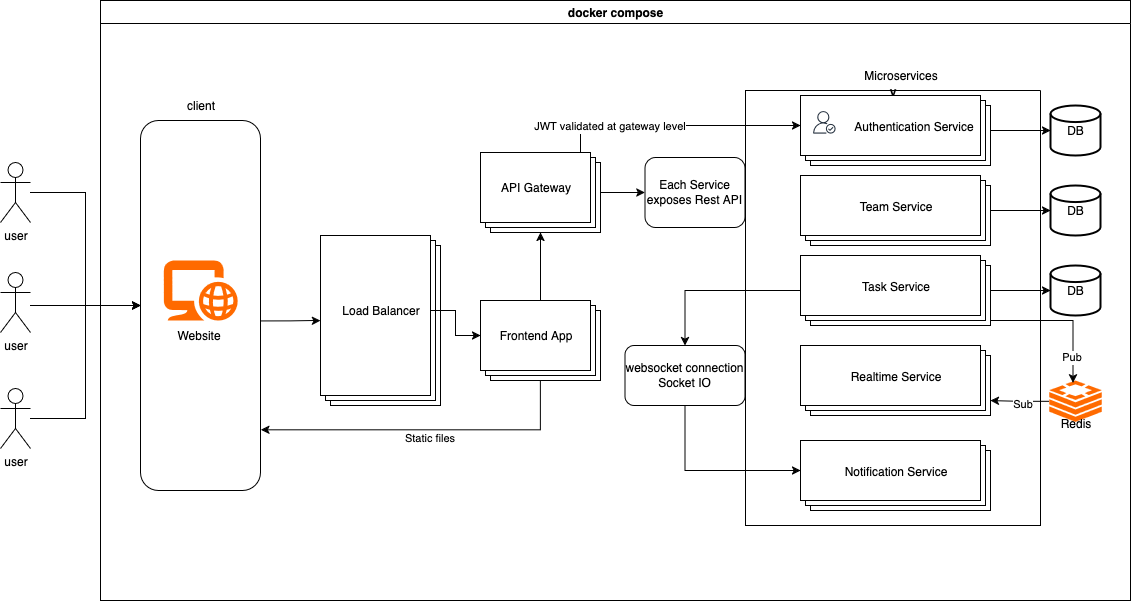
This is docs/img/architecture_new.png from VerSysLabTin23/TodolistProject, a draw.io export, as it was before one commit. Source tidied: cells renumbered, new cells last; positions are measured from the earlier drawing's top-left corner, leaving out a move shared by most shapes.
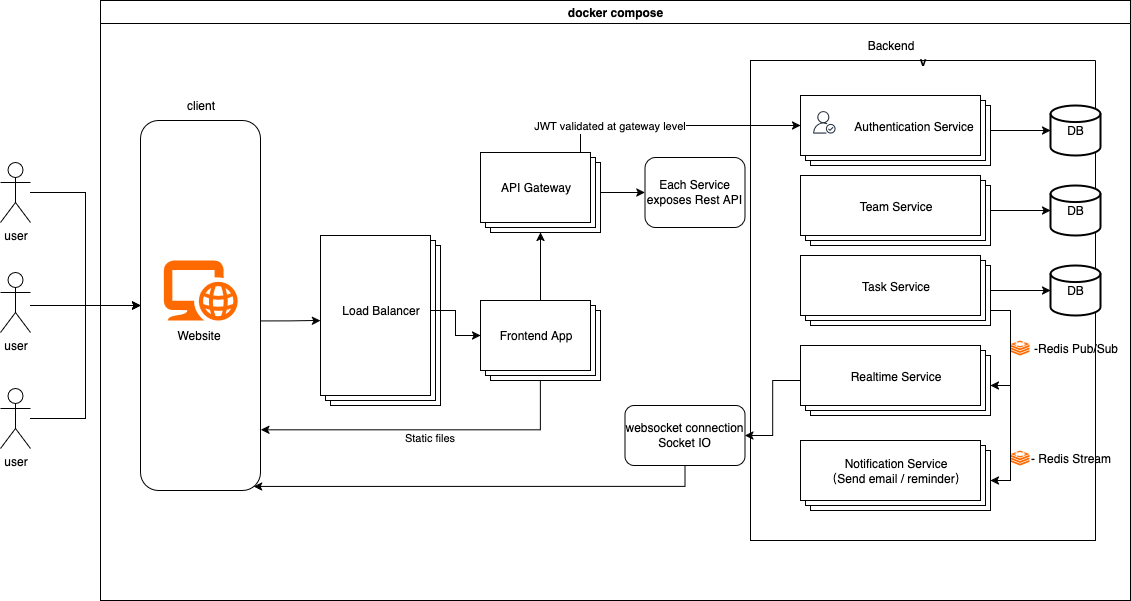
After the change.

Commit message:
docs(docs/img): architecture img update

The edit, as a diff of the source:
```diff
@@ -17,7 +17,7 @@
       </mxGeometry>
     </mxCell>
     <mxCell id="4" value="v" style="swimlane;startSize=0;" parent="1" vertex="1">
-      <mxGeometry x="745" y="90" width="295" height="435" as="geometry" />
+      <mxGeometry x="750" y="60" width="345" height="480" as="geometry" />
     </mxCell>
     <mxCell id="5" style="edgeStyle=orthogonalEdgeStyle;rounded=0;jettySize=auto;html=1;entryX=0;entryY=0.5;entryDx=0;entryDy=0;" parent="1" edge="1" source="61" target="56">
       <mxGeometry relative="1" as="geometry" />
@@ -115,17 +115,14 @@
     <mxCell id="33" value="Realtime Service" style="text;html=1;align=center;verticalAlign=middle;strokeColor=none;fillColor=none;" parent="31" vertex="1">
       <mxGeometry x="40" y="15.6" width="110" height="30" as="geometry" />
     </mxCell>
-    <mxCell id="34" style="points=[];html=1;align=center;shadow=0;dashed=0;fillColor=#FF6A00;strokeColor=none;shape=mxgraph.alibaba_cloud.redis_kvstore;" parent="12" vertex="1">
-      <mxGeometry x="948.8" y="380" width="52.5" height="41.4" as="geometry" />
-    </mxCell>
     <mxCell id="35" style="edgeStyle=orthogonalEdgeStyle;rounded=0;jettySize=auto;html=1;entryX=0;entryY=0.5;entryDx=0;entryDy=0;entryPerimeter=0;" parent="12" edge="1" source="29" target="27">
       <mxGeometry relative="1" as="geometry" />
     </mxCell>
     <mxCell id="36" value="websocket connection&lt;br&gt;Socket IO" style="rounded=1;whiteSpace=wrap;html=1;" parent="12" vertex="1">
-      <mxGeometry x="524.4" y="345" width="120" height="60" as="geometry" />
+      <mxGeometry x="524.4" y="405" width="120" height="60" as="geometry" />
     </mxCell>
-    <mxCell id="37" value="Microservices" style="text;html=1;align=center;verticalAlign=middle;strokeColor=none;fillColor=none;" parent="12" vertex="1">
-      <mxGeometry x="750" y="60" width="100" height="30" as="geometry" />
+    <mxCell id="37" value="Backend" style="text;html=1;align=center;verticalAlign=middle;strokeColor=none;fillColor=none;" parent="12" vertex="1">
+      <mxGeometry x="755" y="30" width="70" height="30" as="geometry" />
     </mxCell>
     <mxCell id="38" style="group;" parent="12" vertex="1">
       <mxGeometry x="40" y="120" width="120" height="370" as="geometry" />
@@ -145,28 +142,6 @@
     <mxCell id="43" style="edgeStyle=orthogonalEdgeStyle;rounded=0;jettySize=auto;html=1;exitX=0.996;exitY=0.542;exitDx=0;exitDy=0;exitPerimeter=0;" parent="12" edge="1" source="39" target="14">
       <mxGeometry relative="1" as="geometry" />
     </mxCell>
-    <mxCell id="44" style="edgeStyle=orthogonalEdgeStyle;rounded=0;jettySize=auto;html=1;entryX=0;entryY=0;entryDx=190;entryDy=55;entryPerimeter=0;" parent="12" edge="1" source="34" target="32">
-      <mxGeometry relative="1" as="geometry" />
-    </mxCell>
-    <mxCell id="45" value="Sub" style="edgeLabel;html=1;align=center;verticalAlign=middle;" parent="44" vertex="1">
-      <mxGeometry x="-0.08" y="3" relative="1" as="geometry" />
-    </mxCell>
-    <mxCell id="46" style="edgeStyle=orthogonalEdgeStyle;rounded=0;jettySize=auto;html=1;entryX=0.452;entryY=0.06;entryDx=0;entryDy=0;entryPerimeter=0;" parent="12" edge="1" source="29" target="34">
-      <mxGeometry relative="1" as="geometry">
-        <Array as="points">
-          <mxPoint x="973" y="320" />
-        </Array>
-      </mxGeometry>
-    </mxCell>
-    <mxCell id="47" value="Pub" style="edgeLabel;html=1;align=center;verticalAlign=middle;" parent="46" vertex="1">
-      <mxGeometry x="0.64" y="-2" relative="1" as="geometry" />
-    </mxCell>
-    <mxCell id="48" value="Redis" style="text;html=1;align=center;verticalAlign=middle;strokeColor=none;fillColor=none;" parent="12" vertex="1">
-      <mxGeometry x="950" y="408" width="50" height="30" as="geometry" />
-    </mxCell>
-    <mxCell id="49" style="edgeStyle=orthogonalEdgeStyle;rounded=0;jettySize=auto;html=1;entryX=0.5;entryY=0;entryDx=0;entryDy=0;" parent="12" edge="1" source="29" target="36">
-      <mxGeometry relative="1" as="geometry" />
-    </mxCell>
     <mxCell id="50" style="group;" parent="12" vertex="1">
       <mxGeometry x="380" y="300" width="120" height="80" as="geometry" />
     </mxCell>
@@ -194,14 +169,39 @@
     <mxCell id="56" value="Each Service exposes Rest API" style="rounded=1;whiteSpace=wrap;html=1;" parent="12" vertex="1">
       <mxGeometry x="544.4" y="157" width="100" height="70" as="geometry" />
     </mxCell>
+    <mxCell id="65" style="edgeStyle=orthogonalEdgeStyle;rounded=0;jettySize=auto;html=1;" parent="12" edge="1" source="32" target="36">
+      <mxGeometry relative="1" as="geometry" />
+    </mxCell>
+    <mxCell id="66" style="edgeStyle=orthogonalEdgeStyle;rounded=0;jettySize=auto;html=1;entryX=0.942;entryY=0.989;entryDx=0;entryDy=0;entryPerimeter=0;" parent="12" edge="1" source="36" target="39">
+      <mxGeometry relative="1" as="geometry">
+        <Array as="points">
+          <mxPoint x="584" y="486" />
+        </Array>
+      </mxGeometry>
+    </mxCell>
+    <mxCell id="67" style="edgeStyle=orthogonalEdgeStyle;rounded=0;jettySize=auto;html=1;entryX=0;entryY=0;entryDx=190;entryDy=40;entryPerimeter=0;exitX=0;exitY=0;exitDx=190;exitDy=55;exitPerimeter=0;" parent="12" edge="1" source="29" target="32">
+      <mxGeometry relative="1" as="geometry" />
+    </mxCell>
+    <mxCell id="34" style="points=[];html=1;align=center;shadow=0;dashed=0;fillColor=#FF6A00;strokeColor=none;shape=mxgraph.alibaba_cloud.redis_kvstore;" parent="12" vertex="1">
+      <mxGeometry x="910" y="340" width="19" height="15" as="geometry" />
+    </mxCell>
+    <mxCell id="68" value="-Redis Pub/Sub" style="text;html=1;align=center;verticalAlign=middle;strokeColor=none;fillColor=none;" parent="12" vertex="1">
+      <mxGeometry x="920" y="332.5" width="110" height="30" as="geometry" />
+    </mxCell>
+    <mxCell id="69" style="html=1;align=center;shadow=0;dashed=0;fillColor=#FF6A00;strokeColor=none;shape=mxgraph.alibaba_cloud.redis_kvstore;" parent="12" vertex="1">
+      <mxGeometry x="910" y="450" width="19" height="15" as="geometry" />
+    </mxCell>
+    <mxCell id="70" value="- Redis Stream" style="text;html=1;align=center;verticalAlign=middle;strokeColor=none;fillColor=none;" parent="12" vertex="1">
+      <mxGeometry x="920" y="442.5" width="100" height="30" as="geometry" />
+    </mxCell>
     <mxCell id="57" style="group;" parent="1" vertex="1">
       <mxGeometry x="800" y="440" width="190" height="70" as="geometry" />
     </mxCell>
     <mxCell id="58" style="verticalLabelPosition=bottom;verticalAlign=top;html=1;shape=mxgraph.basic.layered_rect;dx=10;outlineConnect=0;whiteSpace=wrap;" parent="57" vertex="1">
       <mxGeometry width="190" height="70" as="geometry" />
     </mxCell>
-    <mxCell id="59" value="Notification Service" style="text;html=1;align=center;verticalAlign=middle;strokeColor=none;fillColor=none;" parent="57" vertex="1">
-      <mxGeometry x="30" y="15.6" width="130" height="30" as="geometry" />
+    <mxCell id="59" value="Notification Service&lt;br&gt;&lt;div&gt;（Send email / reminder）&lt;/div&gt;" style="text;html=1;align=center;verticalAlign=middle;strokeColor=none;fillColor=none;" parent="57" vertex="1">
+      <mxGeometry x="15" y="10.6" width="160" height="40" as="geometry" />
     </mxCell>
     <mxCell id="60" style="group;" parent="1" vertex="1">
       <mxGeometry x="480" y="152" width="120" height="80" as="geometry" />
@@ -212,15 +212,11 @@
     <mxCell id="62" value="API Gateway" style="text;html=1;align=center;verticalAlign=middle;strokeColor=none;fillColor=none;" parent="60" vertex="1">
       <mxGeometry x="10" y="20" width="90" height="30" as="geometry" />
     </mxCell>
-    <mxCell id="63" style="edgeStyle=orthogonalEdgeStyle;rounded=0;jettySize=auto;html=1;entryX=0;entryY=0;entryDx=0;entryDy=30;entryPerimeter=0;" parent="1" edge="1" source="36" target="58">
-      <mxGeometry relative="1" as="geometry">
-        <Array as="points">
-          <mxPoint x="684" y="470" />
-        </Array>
-      </mxGeometry>
-    </mxCell>
     <mxCell id="64" style="edgeStyle=orthogonalEdgeStyle;rounded=0;jettySize=auto;html=1;" parent="1" edge="1" source="51" target="61">
       <mxGeometry relative="1" as="geometry" />
     </mxCell>
+    <mxCell id="71" style="edgeStyle=orthogonalEdgeStyle;rounded=0;jettySize=auto;html=1;entryX=0;entryY=0;entryDx=190;entryDy=40;entryPerimeter=0;exitX=0;exitY=0;exitDx=190;exitDy=55;exitPerimeter=0;" parent="1" edge="1" source="29" target="58">
+      <mxGeometry relative="1" as="geometry" />
+    </mxCell>
   </root>
 </mxGraphModel>
```
